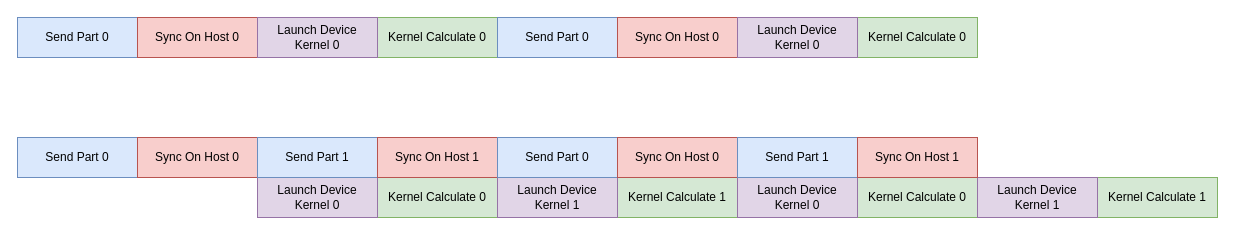
The draw.io diagram TCCL/NvLink/RingAllreduceOverlap.drawio in BEYHHH/SBLP, before the edit. Source tidied: cells renumbered, new cells numbered last; positions are measured from the earlier drawing's top-left corner, leaving out a move shared by most shapes. Both pictures are drawn from the tidied source at 100%, with x=0, y=0 at pixel (17, 17).
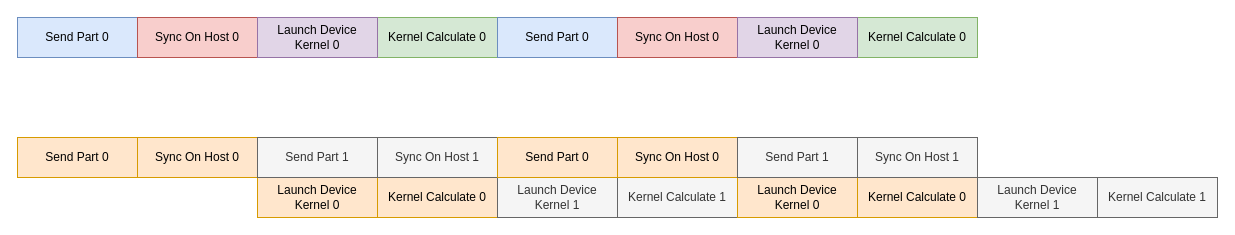
Above is the later version.

Diff of the diagram source:
```diff
@@
-    <mxCell id="4" value="Kernel Calculate 0" style="rounded=0;whiteSpace=wrap;html=1;fillColor=#d5e8d4;strokeColor=#82b366;" parent="1" vertex="1">
+    <mxCell id="4" value="Kernel Calculate 0" style="rounded=0;whiteSpace=wrap;html=1;fillColor=#ffe6cc;strokeColor=#d79b00;" parent="1" vertex="1">
       <mxGeometry x="360" y="160" width="120" height="40" as="geometry" />
     </mxCell>
-    <mxCell id="5" value="Launch Device &lt;br&gt;Kernel 0" style="rounded=0;whiteSpace=wrap;html=1;fillColor=#e1d5e7;strokeColor=#9673a6;" parent="1" vertex="1">
+    <mxCell id="5" value="Launch Device &lt;br&gt;Kernel 0" style="rounded=0;whiteSpace=wrap;html=1;fillColor=#ffe6cc;strokeColor=#d79b00;" parent="1" vertex="1">
       <mxGeometry x="240" y="160" width="120" height="40" as="geometry" />
     </mxCell>
-    <mxCell id="6" value="Send Part 0" style="rounded=0;whiteSpace=wrap;html=1;fillColor=#dae8fc;strokeColor=#6c8ebf;" parent="1" vertex="1">
+    <mxCell id="6" value="Send Part 0" style="rounded=0;whiteSpace=wrap;html=1;fillColor=#ffe6cc;strokeColor=#d79b00;" parent="1" vertex="1">
       <mxGeometry y="120" width="120" height="40" as="geometry" />
     </mxCell>
-    <mxCell id="7" value="Sync On Host 0" style="rounded=0;whiteSpace=wrap;html=1;fillColor=#f8cecc;strokeColor=#b85450;" parent="1" vertex="1">
+    <mxCell id="7" value="Sync On Host 0" style="rounded=0;whiteSpace=wrap;html=1;fillColor=#ffe6cc;strokeColor=#d79b00;" parent="1" vertex="1">
       <mxGeometry x="120" y="120" width="120" height="40" as="geometry" />
     </mxCell>
-    <mxCell id="8" value="Kernel Calculate 1" style="rounded=0;whiteSpace=wrap;html=1;fillColor=#d5e8d4;strokeColor=#82b366;" parent="1" vertex="1">
+    <mxCell id="8" value="Kernel Calculate 1" style="rounded=0;whiteSpace=wrap;html=1;fillColor=#f5f5f5;strokeColor=#666666;fontColor=#333333;" parent="1" vertex="1">
       <mxGeometry x="600" y="160" width="120" height="40" as="geometry" />
     </mxCell>
-    <mxCell id="9" value="Launch Device &lt;br&gt;Kernel 1" style="rounded=0;whiteSpace=wrap;html=1;fillColor=#e1d5e7;strokeColor=#9673a6;" parent="1" vertex="1">
+    <mxCell id="9" value="Launch Device &lt;br&gt;Kernel 1" style="rounded=0;whiteSpace=wrap;html=1;fillColor=#f5f5f5;strokeColor=#666666;fontColor=#333333;" parent="1" vertex="1">
       <mxGeometry x="480" y="160" width="120" height="40" as="geometry" />
     </mxCell>
-    <mxCell id="10" value="Send Part 1" style="rounded=0;whiteSpace=wrap;html=1;fillColor=#dae8fc;strokeColor=#6c8ebf;" parent="1" vertex="1">
+    <mxCell id="10" value="Send Part 1" style="rounded=0;whiteSpace=wrap;html=1;fillColor=#f5f5f5;strokeColor=#666666;fontColor=#333333;" parent="1" vertex="1">
       <mxGeometry x="240" y="120" width="120" height="40" as="geometry" />
     </mxCell>
-    <mxCell id="11" value="Sync On Host 1" style="rounded=0;whiteSpace=wrap;html=1;fillColor=#f8cecc;strokeColor=#b85450;" parent="1" vertex="1">
+    <mxCell id="11" value="Sync On Host 1" style="rounded=0;whiteSpace=wrap;html=1;fillColor=#f5f5f5;strokeColor=#666666;fontColor=#333333;" parent="1" vertex="1">
       <mxGeometry x="360" y="120" width="120" height="40" as="geometry" />
     </mxCell>
-    <mxCell id="12" value="Kernel Calculate 0" style="rounded=0;whiteSpace=wrap;html=1;fillColor=#d5e8d4;strokeColor=#82b366;" parent="1" vertex="1">
+    <mxCell id="12" value="Kernel Calculate 0" style="rounded=0;whiteSpace=wrap;html=1;fillColor=#ffe6cc;strokeColor=#d79b00;" parent="1" vertex="1">
       <mxGeometry x="840" y="160" width="120" height="40" as="geometry" />
     </mxCell>
-    <mxCell id="13" value="Launch Device &lt;br&gt;Kernel 0" style="rounded=0;whiteSpace=wrap;html=1;fillColor=#e1d5e7;strokeColor=#9673a6;" parent="1" vertex="1">
+    <mxCell id="13" value="Launch Device &lt;br&gt;Kernel 0" style="rounded=0;whiteSpace=wrap;html=1;fillColor=#ffe6cc;strokeColor=#d79b00;" parent="1" vertex="1">
       <mxGeometry x="720" y="160" width="120" height="40" as="geometry" />
     </mxCell>
-    <mxCell id="14" value="Send Part 0" style="rounded=0;whiteSpace=wrap;html=1;fillColor=#dae8fc;strokeColor=#6c8ebf;" parent="1" vertex="1">
+    <mxCell id="14" value="Send Part 0" style="rounded=0;whiteSpace=wrap;html=1;fillColor=#ffe6cc;strokeColor=#d79b00;" parent="1" vertex="1">
       <mxGeometry x="480" y="120" width="120" height="40" as="geometry" />
     </mxCell>
-    <mxCell id="15" value="Sync On Host 0" style="rounded=0;whiteSpace=wrap;html=1;fillColor=#f8cecc;strokeColor=#b85450;" parent="1" vertex="1">
+    <mxCell id="15" value="Sync On Host 0" style="rounded=0;whiteSpace=wrap;html=1;fillColor=#ffe6cc;strokeColor=#d79b00;" parent="1" vertex="1">
       <mxGeometry x="600" y="120" width="120" height="40" as="geometry" />
     </mxCell>
-    <mxCell id="16" value="Kernel Calculate 1" style="rounded=0;whiteSpace=wrap;html=1;fillColor=#d5e8d4;strokeColor=#82b366;" parent="1" vertex="1">
+    <mxCell id="16" value="Kernel Calculate 1" style="rounded=0;whiteSpace=wrap;html=1;fillColor=#f5f5f5;strokeColor=#666666;fontColor=#333333;" parent="1" vertex="1">
       <mxGeometry x="1080" y="160" width="120" height="40" as="geometry" />
     </mxCell>
-    <mxCell id="17" value="Launch Device &lt;br&gt;Kernel 1" style="rounded=0;whiteSpace=wrap;html=1;fillColor=#e1d5e7;strokeColor=#9673a6;" parent="1" vertex="1">
+    <mxCell id="17" value="Launch Device &lt;br&gt;Kernel 1" style="rounded=0;whiteSpace=wrap;html=1;fillColor=#f5f5f5;strokeColor=#666666;fontColor=#333333;" parent="1" vertex="1">
       <mxGeometry x="960" y="160" width="120" height="40" as="geometry" />
     </mxCell>
-    <mxCell id="18" value="Send Part 1" style="rounded=0;whiteSpace=wrap;html=1;fillColor=#dae8fc;strokeColor=#6c8ebf;" parent="1" vertex="1">
+    <mxCell id="18" value="Send Part 1" style="rounded=0;whiteSpace=wrap;html=1;fillColor=#f5f5f5;strokeColor=#666666;fontColor=#333333;" parent="1" vertex="1">
       <mxGeometry x="720" y="120" width="120" height="40" as="geometry" />
     </mxCell>
-    <mxCell id="19" value="Sync On Host 1" style="rounded=0;whiteSpace=wrap;html=1;fillColor=#f8cecc;strokeColor=#b85450;" parent="1" vertex="1">
+    <mxCell id="19" value="Sync On Host 1" style="rounded=0;whiteSpace=wrap;html=1;fillColor=#f5f5f5;strokeColor=#666666;fontColor=#333333;" parent="1" vertex="1">
       <mxGeometry x="840" y="120" width="120" height="40" as="geometry" />
     </mxCell>
```
